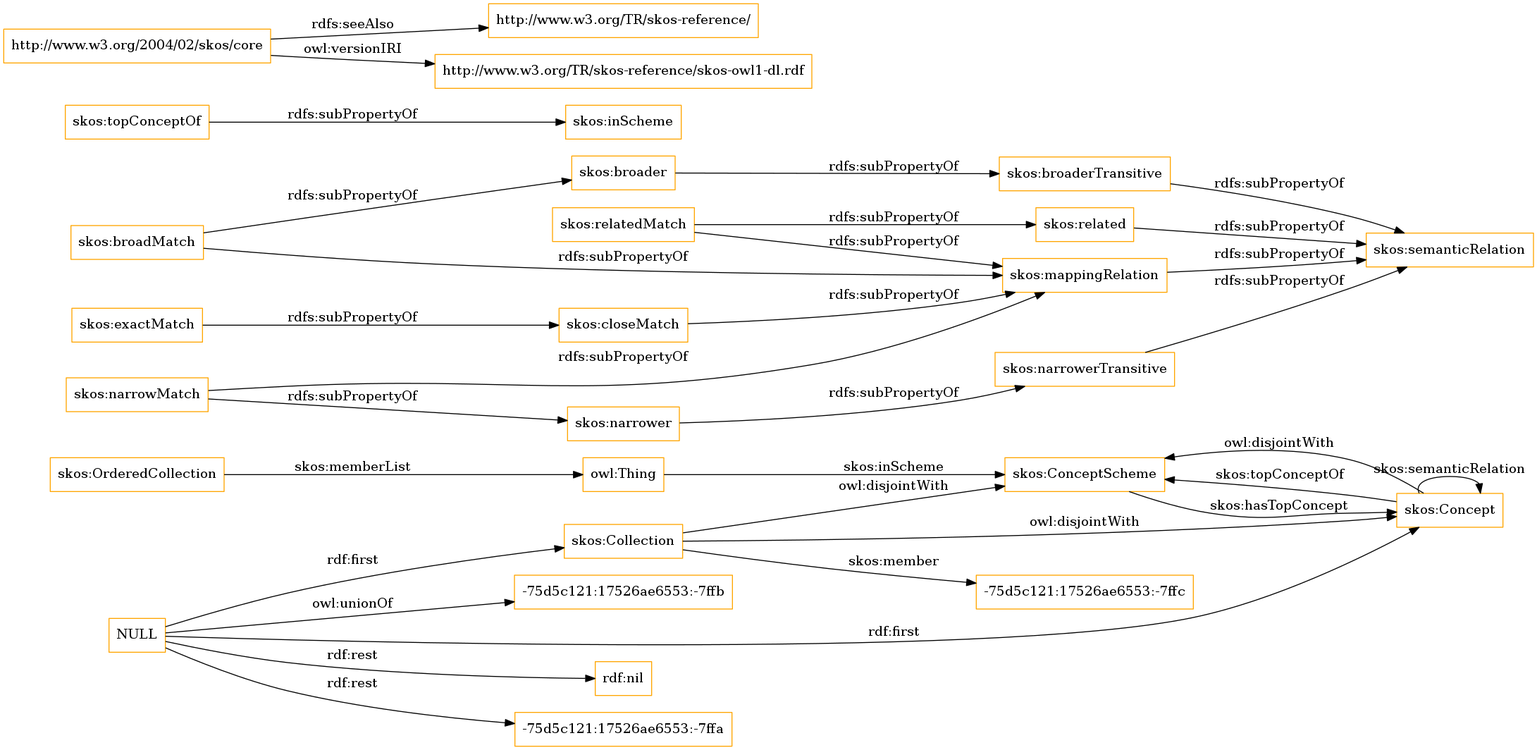
The Graphviz diagram OnToology/imports/skos.owl/diagrams/ar2dtool-class/skos.owl.png in OnToologyUser/core-ontology-1, before a commit. Its source is kept beside it as OnToology/imports/skos.owl/diagrams/ar2dtool-class/skos.owl.png.dot.
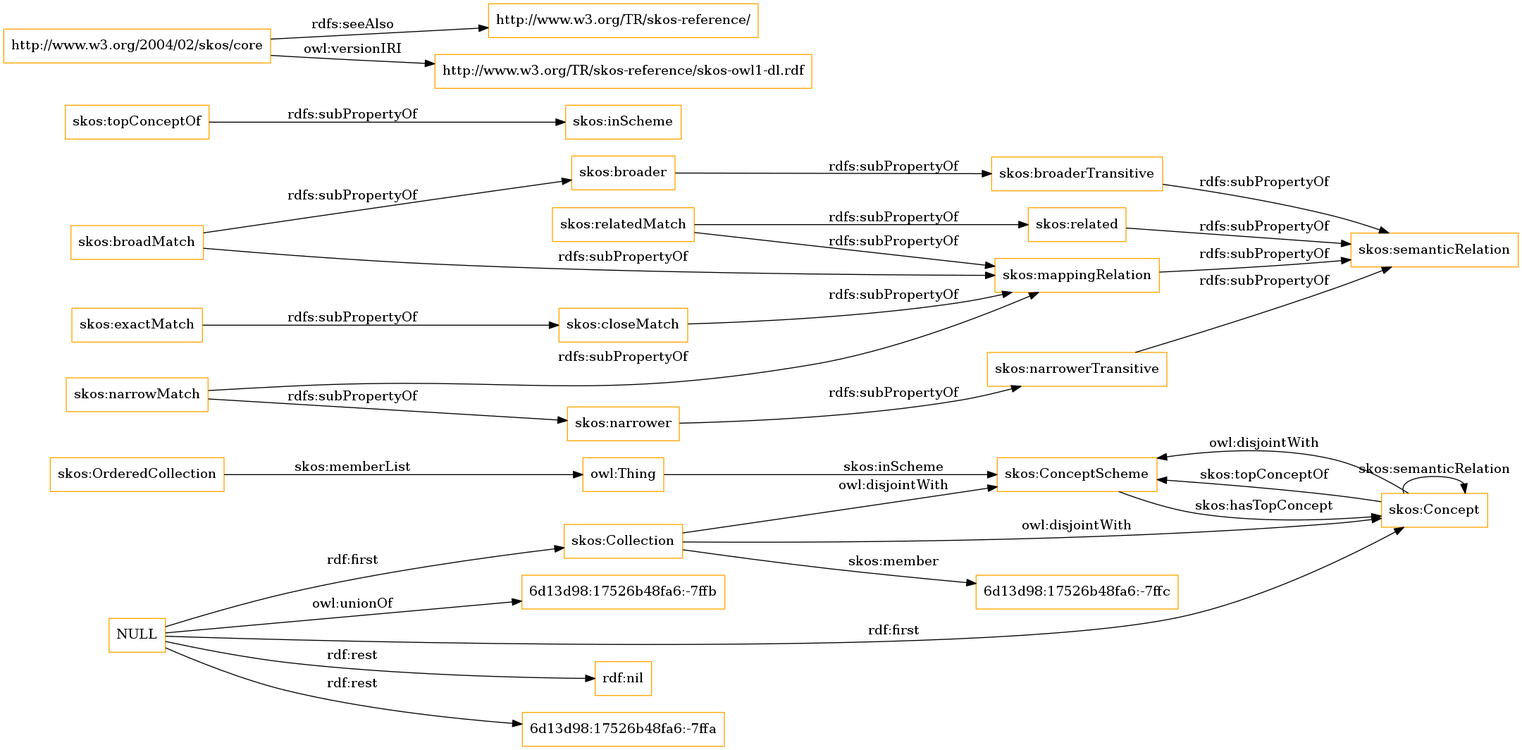
After the change.

The edit, as a diff of the source:
```diff
@@ -1,13 +1,13 @@
 digraph ar2dtool_diagram {
 rankdir=LR;
 size="1501"
-node [shape = rectangle, color="orange"]; "skos:OrderedCollection" "skos:ConceptScheme" "skos:Concept" "skos:Collection" "-75d5c121:17526ae6553:-7ffc" ; /*classes style*/
+node [shape = rectangle, color="orange"]; "skos:OrderedCollection" "skos:ConceptScheme" "skos:Concept" "skos:Collection" "6d13d98:17526b48fa6:-7ffc" ; /*classes style*/
 	"skos:narrowerTransitive" -> "skos:semanticRelation" [ label = "rdfs:subPropertyOf" ];
 	"NULL" -> "rdf:nil" [ label = "rdf:rest" ];
 	"NULL" -> "skos:Concept" [ label = "rdf:first" ];
-	"NULL" -> "-75d5c121:17526ae6553:-7ffa" [ label = "rdf:rest" ];
+	"NULL" -> "6d13d98:17526b48fa6:-7ffa" [ label = "rdf:rest" ];
 	"NULL" -> "skos:Collection" [ label = "rdf:first" ];
-	"NULL" -> "-75d5c121:17526ae6553:-7ffb" [ label = "owl:unionOf" ];
+	"NULL" -> "6d13d98:17526b48fa6:-7ffb" [ label = "owl:unionOf" ];
 	"skos:closeMatch" -> "skos:mappingRelation" [ label = "rdfs:subPropertyOf" ];
 	"skos:Concept" -> "skos:ConceptScheme" [ label = "owl:disjointWith" ];
 	"skos:relatedMatch" -> "skos:related" [ label = "rdfs:subPropertyOf" ];
@@ -30,7 +30,7 @@
 	"skos:OrderedCollection" -> "owl:Thing" [ label = "skos:memberList" ];
 	"skos:Concept" -> "skos:ConceptScheme" [ label = "skos:topConceptOf" ];
 	"skos:Concept" -> "skos:Concept" [ label = "skos:semanticRelation" ];
-	"skos:Collection" -> "-75d5c121:17526ae6553:-7ffc" [ label = "skos:member" ];
+	"skos:Collection" -> "6d13d98:17526b48fa6:-7ffc" [ label = "skos:member" ];
 	"skos:ConceptScheme" -> "skos:Concept" [ label = "skos:hasTopConcept" ];
 	"owl:Thing" -> "skos:ConceptScheme" [ label = "skos:inScheme" ];
 
```
